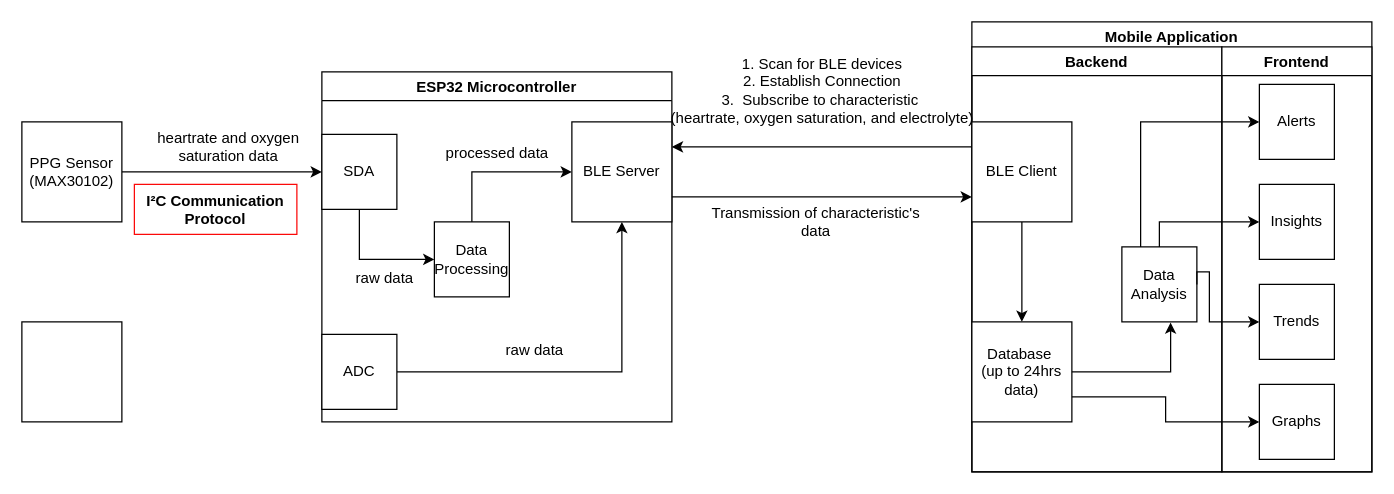
The draw.io diagram functional_diagram_477.drawio in herbertbruyn/ECE477_HydraWise, before the edit. Source tidied: cells renumbered, new cells numbered last; positions are measured from the earlier drawing's top-left corner, leaving out a move shared by most shapes. Both pictures are drawn from the tidied source at 125%, with x=0, y=0 at pixel (21, 21).
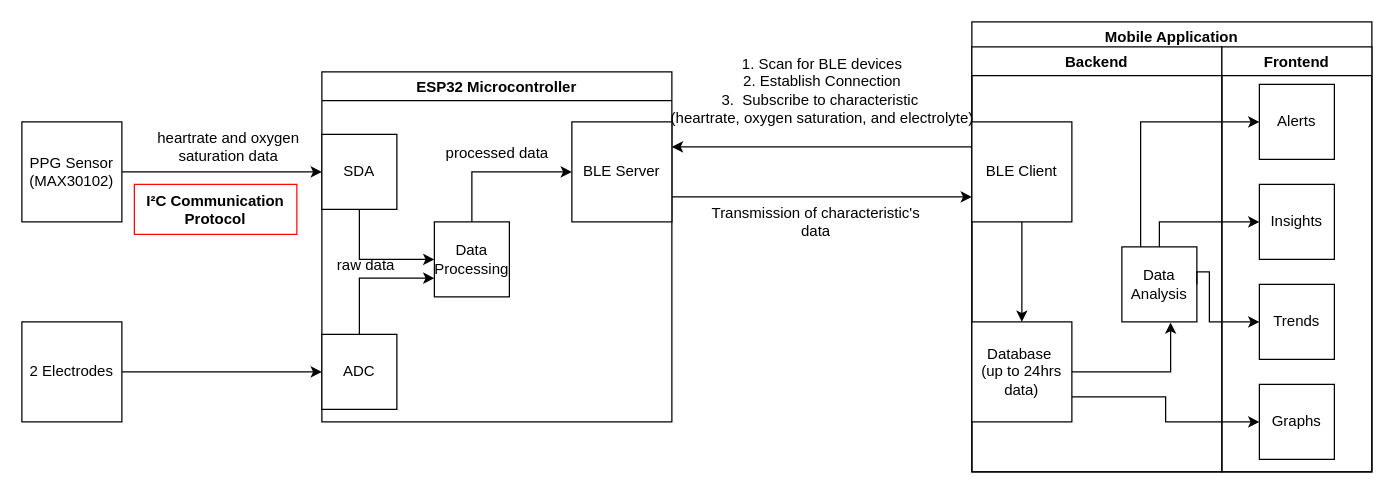
The same page after the edit.

The change refers to these unchanged cells:
```xml
<mxCell id="9" value="ESP32 Microcontroller" style="swimlane;" parent="1" vertex="1">
  <mxGeometry x="240" y="40" width="280" height="280" as="geometry" />
</mxCell>
<mxCell id="10" value="BLE Server" style="whiteSpace=wrap;html=1;" parent="9" vertex="1">
  <mxGeometry x="200" y="40" width="80" height="80" as="geometry" />
</mxCell>
<mxCell id="14" value="Data Processing" style="whiteSpace=wrap;html=1;" parent="9" vertex="1">
  <mxGeometry x="90" y="120" width="60" height="60" as="geometry" />
</mxCell>
<mxCell id="18" value="ADC" style="whiteSpace=wrap;html=1;" parent="9" vertex="1">
  <mxGeometry y="210" width="60" height="60" as="geometry" />
</mxCell>
```

Change to the diagram source:
```diff
@@
     <mxCell id="15" value="raw data" style="text;html=1;align=center;verticalAlign=middle;strokeColor=none;fillColor=none;" parent="9" vertex="1">
-      <mxGeometry x="15" y="150" width="70" height="30" as="geometry" />
+      <mxGeometry y="140" width="70" height="30" as="geometry" />
     </mxCell>
@@
-    <mxCell id="17" style="edgeStyle=orthogonalEdgeStyle;rounded=0;jettySize=auto;html=1;exitX=1;exitY=0.5;exitDx=0;exitDy=0;" parent="9" edge="1" source="18" target="10">
-      <mxGeometry relative="1" as="geometry" />
-    </mxCell>
+    <mxCell id="38" style="edgeStyle=orthogonalEdgeStyle;rounded=0;jettySize=auto;html=1;exitX=0.5;exitY=0;exitDx=0;exitDy=0;entryX=0;entryY=0.75;entryDx=0;entryDy=0;" parent="9" edge="1" source="18" target="14">
+      <mxGeometry relative="1" as="geometry" />
+    </mxCell>
@@
+    <mxCell id="39" style="edgeStyle=orthogonalEdgeStyle;rounded=0;jettySize=auto;html=1;exitX=1;exitY=0.5;exitDx=0;exitDy=0;entryX=0;entryY=0.5;entryDx=0;entryDy=0;" parent="1" edge="1" source="32" target="18">
+      <mxGeometry relative="1" as="geometry" />
+    </mxCell>
-    <mxCell id="32" style="whiteSpace=wrap;html=1;" parent="1" vertex="1">
+    <mxCell id="32" value="2 Electrodes" style="whiteSpace=wrap;html=1;" parent="1" vertex="1">
       <mxGeometry y="240" width="80" height="80" as="geometry" />
     </mxCell>
@@
-    <mxCell id="37" value="raw data" style="text;html=1;align=center;verticalAlign=middle;strokeColor=none;fillColor=none;" parent="1" vertex="1">
-      <mxGeometry x="375" y="248" width="70" height="30" as="geometry" />
-    </mxCell>
```
